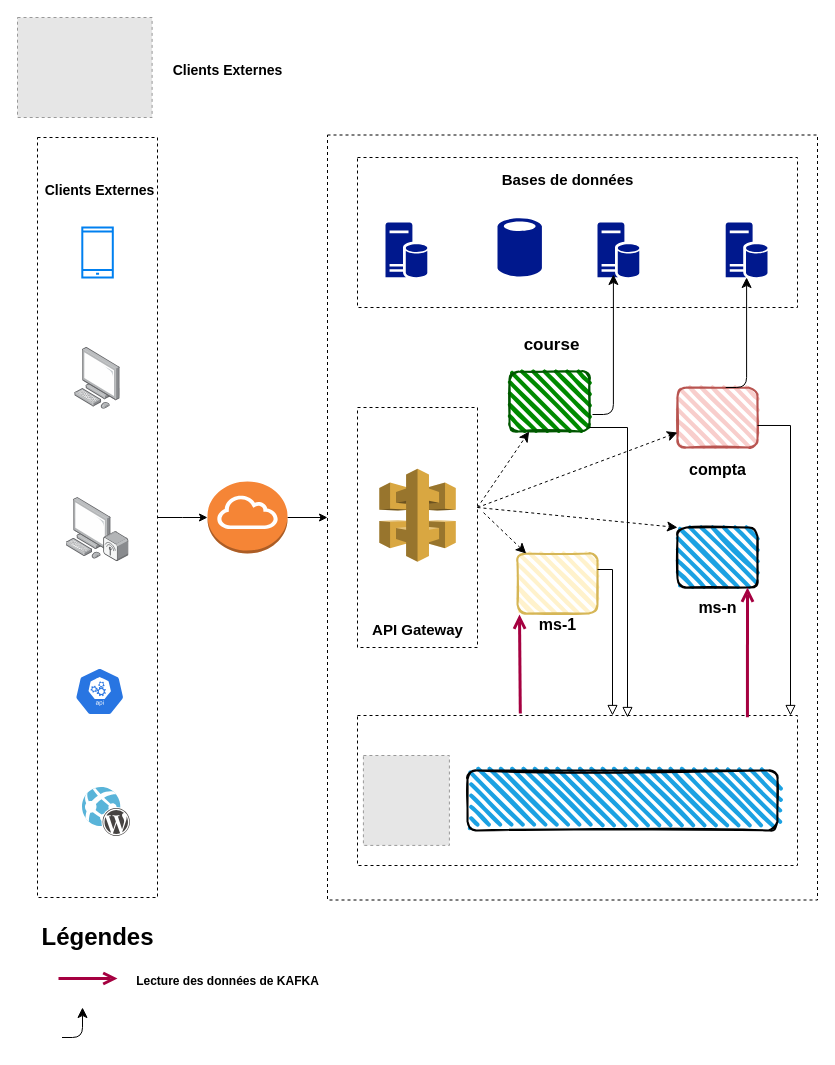
Earlier version of the draw.io diagram Diagramme sans nom.drawio (jcmbeng/tutogit). Source tidied: cells renumbered, new cells numbered last; positions are measured from the earlier drawing's top-left corner, leaving out a move shared by most shapes. Both pictures are drawn from the tidied source at 100%, with x=0, y=0 at pixel (17, 17). Pictures stored in the file or linked from it are replaced by grey dashed boxes.
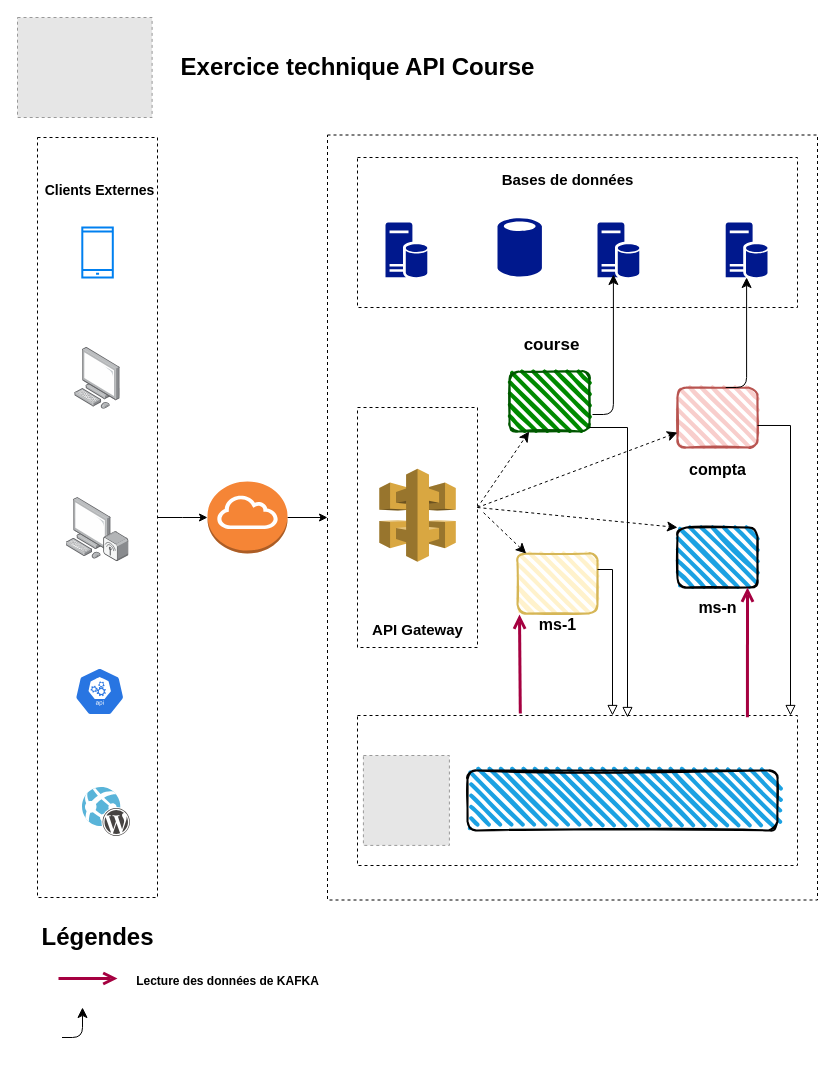
After the change.

Commit message (it also covers changes not shown here):
Mettre à jour Diagramme sans nom.drawio

What changed in the source:
```diff
@@
-    <mxCell id="49" value="&lt;font style=&quot;font-size: 14px;&quot;&gt;Clients Externes&lt;br&gt;&lt;/font&gt;" style="text;strokeColor=none;fillColor=none;html=1;fontSize=24;fontStyle=1;verticalAlign=middle;align=center;" parent="1" vertex="1">
-      <mxGeometry x="160" y="30" width="100" height="40" as="geometry" />
+    <mxCell id="49" value="Exercice technique API Course" style="text;strokeColor=none;fillColor=none;html=1;fontSize=24;fontStyle=1;verticalAlign=middle;align=center;" parent="1" vertex="1">
+      <mxGeometry x="290" y="30" width="100" height="40" as="geometry" />
     </mxCell>
```
